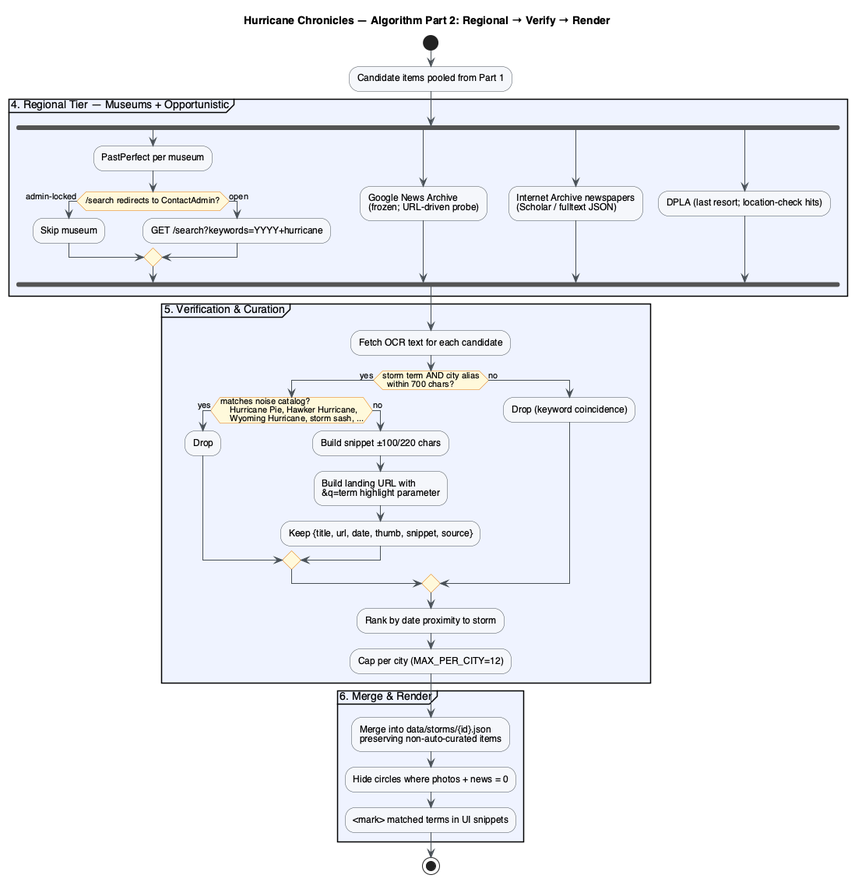
This is docs/figures/algorithm_part2.png from metaphorz/hurricanechronicles, a PlantUML export, as it was before one commit. Source of this version:
```plantuml
@startuml algorithm_part2
title Hurricane Chronicles — Algorithm Part 2: Regional → Verify → Render

skinparam activityBackgroundColor #f5f6fa
skinparam activityBorderColor #495057
skinparam activityDiamondBackgroundColor #fff9db
skinparam activityDiamondBorderColor #e67700
skinparam partitionBackgroundColor #eef3ff
skinparam arrowColor #495057
skinparam shadowing false
skinparam defaultFontName Helvetica

start
:Candidate items pooled from Part 1;

partition "4. Regional Tier — Museums + Opportunistic" {
  fork
    :PastPerfect per museum;
    if (/search redirects to ContactAdmin?) then (admin-locked)
      :Skip museum;
    else (open)
      :GET /search?keywords=YYYY+hurricane;
    endif
  fork again
    :Google News Archive
    (frozen; URL-driven probe);
  fork again
    :Internet Archive newspapers
    (Scholar / fulltext JSON);
  fork again
    :DPLA (last resort; location-check hits);
  end fork
}

partition "5. Verification & Curation" {
  :Fetch OCR text for each candidate;
  if (storm term AND city alias
  within 700 chars?) then (yes)
    if (matches noise catalog?
    Hurricane Pie, Hawker Hurricane,
    Wyoming Hurricane, storm sash, ...) then (yes)
      :Drop;
    else (no)
      :Build snippet ±100/220 chars;
      :Build landing URL with
      &q=term highlight parameter;
      :Keep {title, url, date, thumb, snippet, source};
    endif
  else (no)
    :Drop (keyword coincidence);
  endif
  :Rank by date proximity to storm;
  :Cap per city (MAX_PER_CITY=12);
}

partition "6. Merge & Render" {
  :Merge into data/storms/{id}.json
  preserving non-auto-curated items;
  :Hide circles where photos + news = 0;
  :<mark> matched terms in UI snippets;
}

stop

@enduml
```
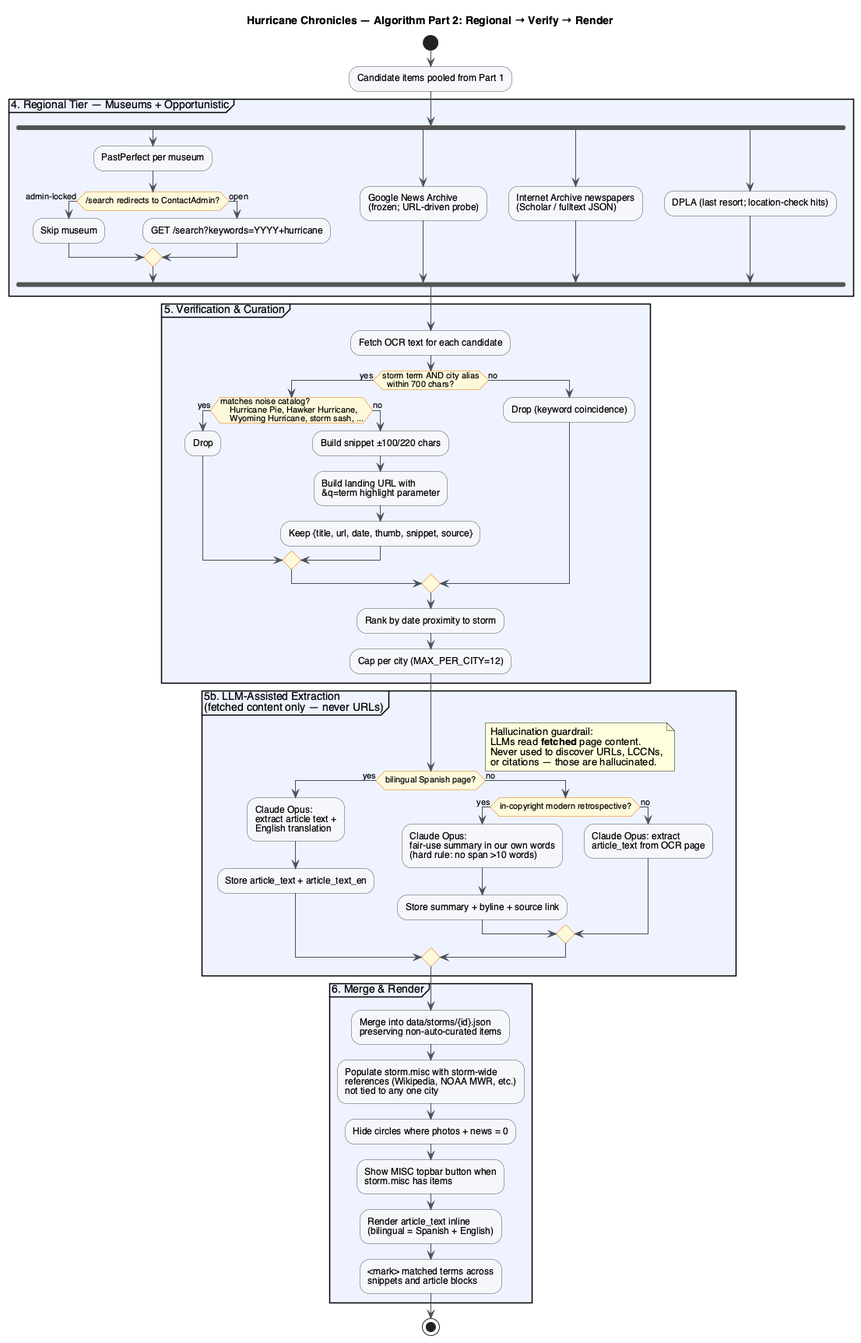
Above is the later version.

The edit, as a diff of the source:
```diff
@@ -53,11 +53,44 @@
   :Cap per city (MAX_PER_CITY=12);
 }
 
+partition "5b. LLM-Assisted Extraction\n(fetched content only — never URLs)" {
+  if (bilingual Spanish page?) then (yes)
+    :Claude Opus:
+    extract article text +
+    English translation;
+    :Store article_text + article_text_en;
+  else (no)
+    if (in-copyright modern retrospective?) then (yes)
+      :Claude Opus:
+      fair-use summary in our own words
+      (hard rule: no span >10 words);
+      :Store summary + byline + source link;
+    else (no)
+      :Claude Opus: extract
+      article_text from OCR page;
+    endif
+  endif
+  note right
+    Hallucination guardrail:
+    LLMs read **fetched** page content.
+    Never used to discover URLs, LCCNs,
+    or citations — those are hallucinated.
+  end note
+}
+
 partition "6. Merge & Render" {
   :Merge into data/storms/{id}.json
   preserving non-auto-curated items;
+  :Populate storm.misc with storm-wide
+  references (Wikipedia, NOAA MWR, etc.)
+  not tied to any one city;
   :Hide circles where photos + news = 0;
-  :<mark> matched terms in UI snippets;
+  :Show MISC topbar button when
+  storm.misc has items;
+  :Render article_text inline
+  (bilingual = Spanish + English);
+  :<mark> matched terms across
+  snippets and article blocks;
 }
 
 stop
```
